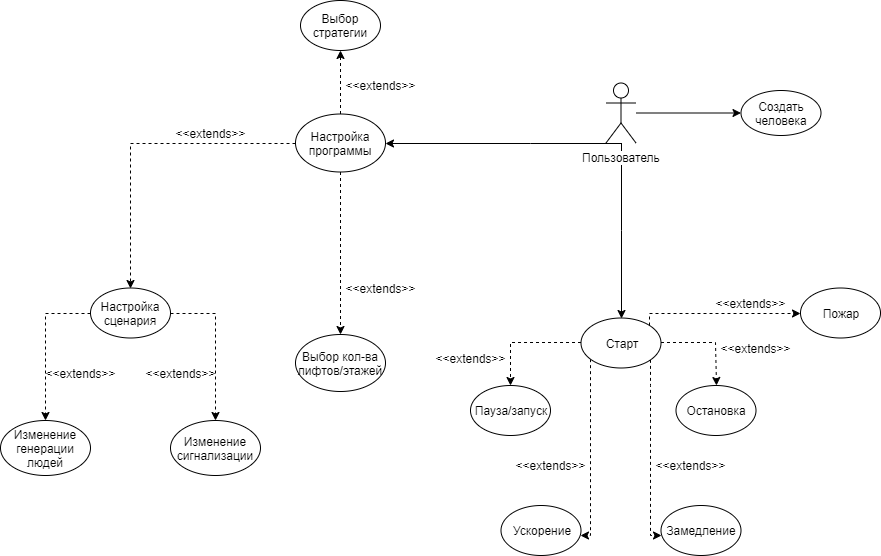
Before: Use case.png, a diagram exported from draw.io (twad3n/Elevators). Source tidied: cells renumbered, new cells last; positions are measured from the earlier drawing's top-left corner, leaving out a move shared by most shapes.
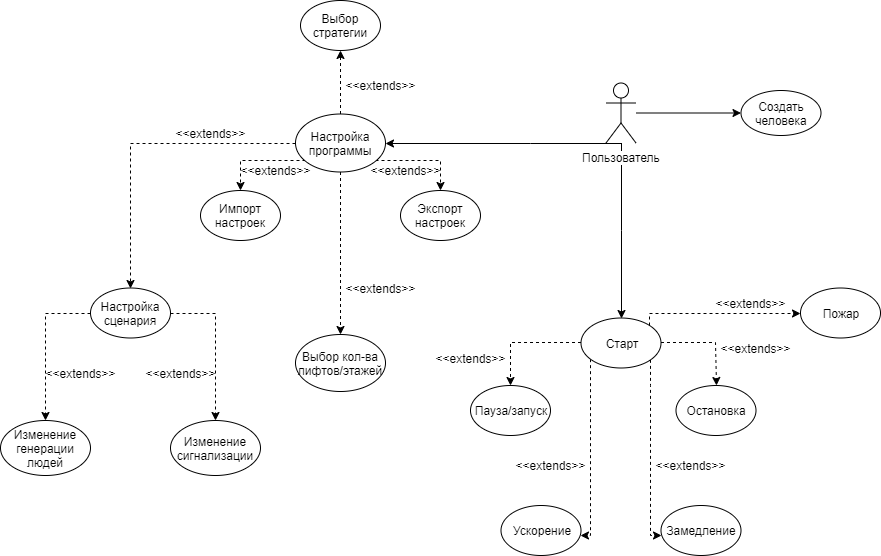
After the commit.

The edit, as a diff of the source:
```diff
@@ -85,6 +85,22 @@
     <mxCell id="19" style="edgeStyle=orthogonalEdgeStyle;rounded=0;jettySize=auto;html=1;entryX=0.5;entryY=1;entryDx=0;entryDy=0;dashed=1;" parent="1" edge="1" source="20" target="38">
       <mxGeometry relative="1" as="geometry" />
     </mxCell>
+    <mxCell id="39" style="edgeStyle=orthogonalEdgeStyle;rounded=0;jettySize=auto;html=1;exitX=0;exitY=1;exitDx=0;exitDy=0;entryX=0.5;entryY=0;entryDx=0;entryDy=0;dashed=1;" parent="1" edge="1" source="20" target="42">
+      <mxGeometry relative="1" as="geometry">
+        <Array as="points">
+          <mxPoint x="308" y="160" />
+          <mxPoint x="240" y="160" />
+        </Array>
+      </mxGeometry>
+    </mxCell>
+    <mxCell id="40" style="edgeStyle=orthogonalEdgeStyle;rounded=0;jettySize=auto;html=1;exitX=1;exitY=1;exitDx=0;exitDy=0;entryX=0.5;entryY=0;entryDx=0;entryDy=0;dashed=1;" parent="1" edge="1" source="20" target="41">
+      <mxGeometry relative="1" as="geometry">
+        <Array as="points">
+          <mxPoint x="372" y="160" />
+          <mxPoint x="440" y="160" />
+        </Array>
+      </mxGeometry>
+    </mxCell>
     <mxCell id="20" value="Настройка программы" style="ellipse;whiteSpace=wrap;html=1;" parent="1" vertex="1">
       <mxGeometry x="295" y="113.5" width="90" height="58" as="geometry" />
     </mxCell>
@@ -150,5 +166,17 @@
     <mxCell id="38" value="Выбор стратегии" style="ellipse;whiteSpace=wrap;html=1;" parent="1" vertex="1">
       <mxGeometry x="300" width="80" height="50" as="geometry" />
     </mxCell>
+    <mxCell id="41" value="Экспорт настроек" style="ellipse;whiteSpace=wrap;html=1;" parent="1" vertex="1">
+      <mxGeometry x="400" y="190" width="80" height="50" as="geometry" />
+    </mxCell>
+    <mxCell id="42" value="Импорт настроек" style="ellipse;whiteSpace=wrap;html=1;" parent="1" vertex="1">
+      <mxGeometry x="200" y="190" width="80" height="50" as="geometry" />
+    </mxCell>
+    <mxCell id="43" value="&amp;lt;&amp;lt;extends&amp;gt;&amp;gt;" style="text;html=1;strokeColor=none;fillColor=none;align=center;verticalAlign=middle;whiteSpace=wrap;rounded=0;" parent="1" vertex="1">
+      <mxGeometry x="385" y="160" width="40" height="20" as="geometry" />
+    </mxCell>
+    <mxCell id="44" value="&amp;lt;&amp;lt;extends&amp;gt;&amp;gt;" style="text;html=1;strokeColor=none;fillColor=none;align=center;verticalAlign=middle;whiteSpace=wrap;rounded=0;" parent="1" vertex="1">
+      <mxGeometry x="255" y="160" width="40" height="20" as="geometry" />
+    </mxCell>
   </root>
 </mxGraphModel>
```
